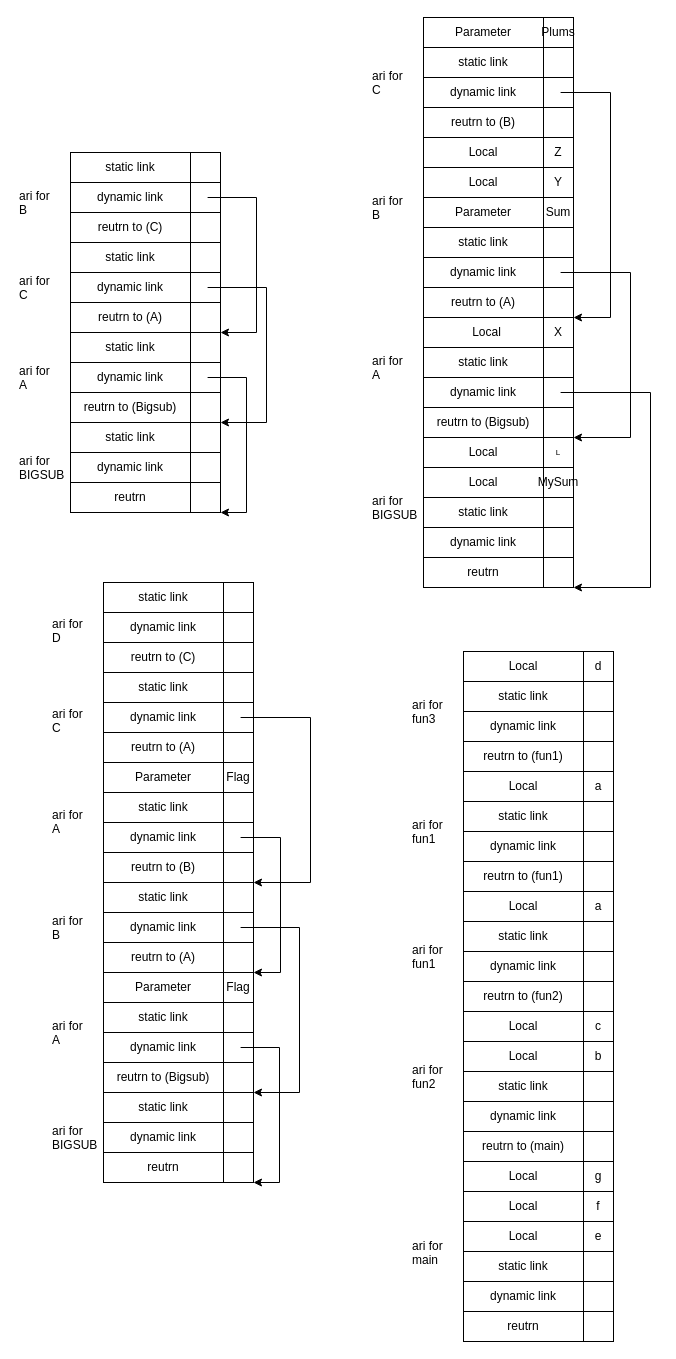
The draw.io diagram stack.drawio in HansenWang983/A-Social-Media-Web-App-with-Microservices, before the edit. Source tidied: cells renumbered, new cells numbered last; positions are measured from the earlier drawing's top-left corner, leaving out a move shared by most shapes. Both pictures are drawn from the tidied source at 100%, with x=0, y=0 at pixel (17, 17).
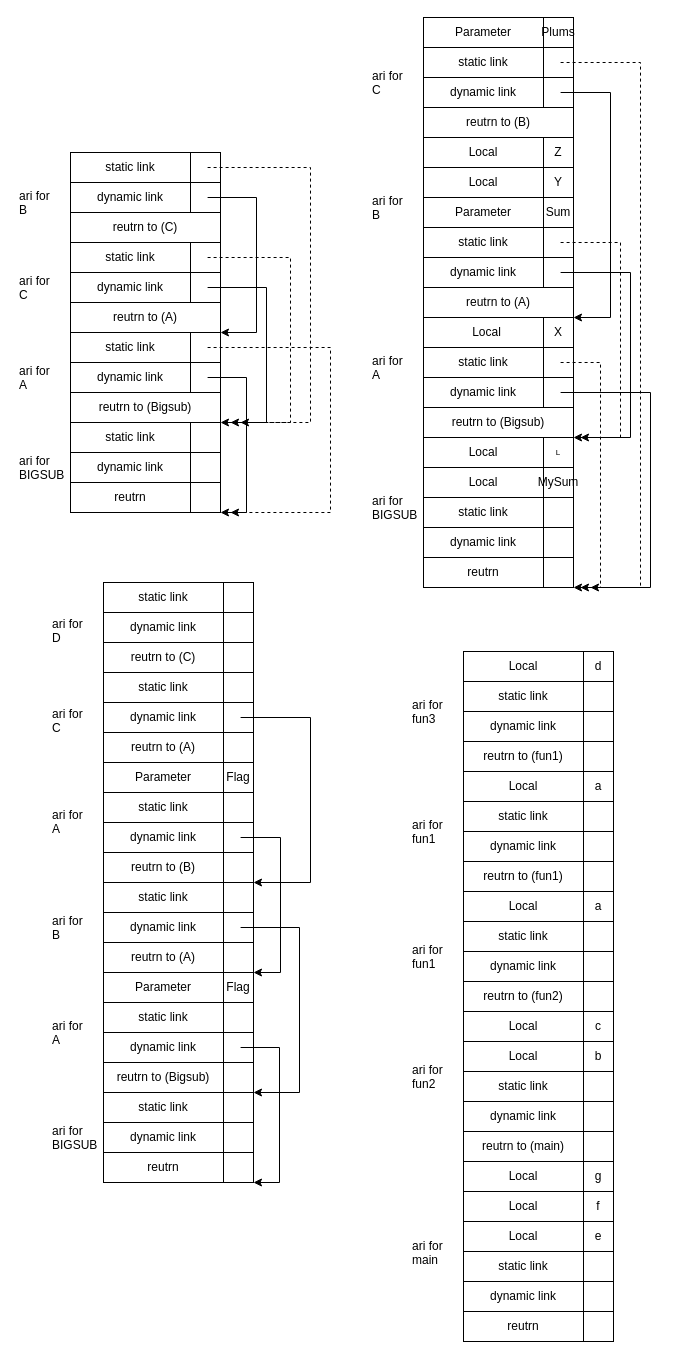
Above is the later version.

The change refers to these unchanged cells:
```xml
<mxCell id="8" style="rounded=0;whiteSpace=wrap;html=1;points=[[0,0,0,0,0],[0,0.23,0,0,0],[0,0.5,0,0,0],[0,0.77,0,0,0],[0,1,0,0,0],[0.27,0,0,0,0],[0.27,1,0,0,0],[0.5,0,0,0,0],[0.5,1,0,0,0],[0.57,0.5,0,0,0],[0.77,0,0,0,0],[0.77,1,0,0,0],[1,0,0,0,0],[1,0.27,0,0,0],[1,0.77,0,0,0],[1,1,0,0,0]];" parent="1" vertex="1">
  <mxGeometry x="173" y="255" width="30" height="30" as="geometry" />
</mxCell>
<mxCell id="15" style="rounded=0;whiteSpace=wrap;html=1;points=[[0,0,0,0,0],[0,0.23,0,0,0],[0,0.5,0,0,0],[0,0.77,0,0,0],[0,1,0,0,0],[0.27,0,0,0,0],[0.27,1,0,0,0],[0.5,0,0,0,0],[0.5,1,0,0,0],[0.57,0.5,0,0,0],[0.77,0,0,0,0],[0.77,1,0,0,0],[1,0,0,0,0],[1,0.27,0,0,0],[1,0.77,0,0,0],[1,1,0,0,0]];" parent="1" vertex="1">
  <mxGeometry x="173" y="315" width="30" height="30" as="geometry" />
</mxCell>
<mxCell id="22" style="rounded=0;whiteSpace=wrap;html=1;points=[[0,0,0,0,0],[0,0.23,0,0,0],[0,0.5,0,0,0],[0,0.77,0,0,0],[0,1,0,0,0],[0.27,0,0,0,0],[0.27,1,0,0,0],[0.5,0,0,0,0],[0.5,1,0,0,0],[0.57,0.5,0,0,0],[0.77,0,0,0,0],[0.77,1,0,0,0],[1,0,0,0,0],[1,0.27,0,0,0],[1,0.77,0,0,0],[1,1,0,0,0]];" parent="1" vertex="1">
  <mxGeometry x="173" y="225" width="30" height="30" as="geometry" />
</mxCell>
<mxCell id="29" style="rounded=0;whiteSpace=wrap;html=1;points=[[0,0,0,0,0],[0,0.23,0,0,0],[0,0.5,0,0,0],[0,0.77,0,0,0],[0,1,0,0,0],[0.27,0,0,0,0],[0.27,1,0,0,0],[0.5,0,0,0,0],[0.5,1,0,0,0],[0.57,0.5,0,0,0],[0.77,0,0,0,0],[0.77,1,0,0,0],[1,0,0,0,0],[1,0.27,0,0,0],[1,0.77,0,0,0],[1,1,0,0,0]];" parent="1" vertex="1">
  <mxGeometry x="173" y="135" width="30" height="30" as="geometry" />
</mxCell>
<mxCell id="45" style="rounded=0;whiteSpace=wrap;html=1;points=[[0,0,0,0,0],[0,0.23,0,0,0],[0,0.5,0,0,0],[0,0.77,0,0,0],[0,1,0,0,0],[0.27,0,0,0,0],[0.27,1,0,0,0],[0.5,0,0,0,0],[0.5,1,0,0,0],[0.57,0.5,0,0,0],[0.77,0,0,0,0],[0.77,1,0,0,0],[1,0,0,0,0],[1,0.27,0,0,0],[1,0.77,0,0,0],[1,1,0,0,0]];" parent="1" vertex="1">
  <mxGeometry x="526" y="330" width="30" height="30" as="geometry" />
</mxCell>
<mxCell id="51" style="rounded=0;whiteSpace=wrap;html=1;points=[[0,0,0,0,0],[0,0.23,0,0,0],[0,0.5,0,0,0],[0,0.77,0,0,0],[0,1,0,0,0],[0.27,0,0,0,0],[0.27,1,0,0,0],[0.5,0,0,0,0],[0.5,1,0,0,0],[0.57,0.5,0,0,0],[0.77,0,0,0,0],[0.77,1,0,0,0],[1,0,0,0,0],[1,0.27,0,0,0],[1,0.77,0,0,0],[1,1,0,0,0]];" parent="1" vertex="1">
  <mxGeometry x="526" y="210" width="30" height="30" as="geometry" />
</mxCell>
<mxCell id="56" style="rounded=0;whiteSpace=wrap;html=1;points=[[0,0,0,0,0],[0,0.23,0,0,0],[0,0.5,0,0,0],[0,0.77,0,0,0],[0,1,0,0,0],[0.27,0,0,0,0],[0.27,1,0,0,0],[0.5,0,0,0,0],[0.5,1,0,0,0],[0.57,0.5,0,0,0],[0.77,0,0,0,0],[0.77,1,0,0,0],[1,0,0,0,0],[1,0.27,0,0,0],[1,0.77,0,0,0],[1,1,0,0,0]];" parent="1" vertex="1">
  <mxGeometry x="526" y="60" width="30" height="30" as="geometry" />
</mxCell>
<mxCell id="57" style="rounded=0;whiteSpace=wrap;html=1;points=[[0,0,0,0,0],[0,0.23,0,0,0],[0,0.5,0,0,0],[0,0.77,0,0,0],[0,1,0,0,0],[0.27,0,0,0,0],[0.27,1,0,0,0],[0.5,0,0,0,0],[0.5,1,0,0,0],[0.57,0.5,0,0,0],[0.77,0,0,0,0],[0.77,1,0,0,0],[1,0,0,0,0],[1,0.27,0,0,0],[1,0.77,0,0,0],[1,1,0,0,0]];" parent="1" vertex="1">
  <mxGeometry x="526" y="30" width="30" height="30" as="geometry" />
</mxCell>
```

What changed in the source:
```diff
@@
     <mxCell id="13" value="reutrn to (Bigsub)" style="rounded=0;whiteSpace=wrap;html=1;" parent="1" vertex="1">
-      <mxGeometry x="53" y="375" width="120" height="30" as="geometry" />
+      <mxGeometry x="53" y="375" width="150" height="30" as="geometry" />
     </mxCell>
@@
-    <mxCell id="17" style="rounded=0;whiteSpace=wrap;html=1;points=[[0,0,0,0,0],[0,0.23,0,0,0],[0,0.5,0,0,0],[0,0.77,0,0,0],[0,1,0,0,0],[0.27,0,0,0,0],[0.27,1,0,0,0],[0.5,0,0,0,0],[0.5,1,0,0,0],[0.57,0.5,0,0,0],[0.77,0,0,0,0],[0.77,1,0,0,0],[1,0,0,0,0],[1,0.27,0,0,0],[1,0.77,0,0,0],[1,1,0,0,0]];fontStyle=1;" parent="1" vertex="1">
-      <mxGeometry x="173" y="375" width="30" height="30" as="geometry" />
-    </mxCell>
@@
     <mxCell id="20" value="reutrn to (A)" style="rounded=0;whiteSpace=wrap;html=1;" parent="1" vertex="1">
-      <mxGeometry x="53" y="285" width="120" height="30" as="geometry" />
+      <mxGeometry x="53" y="285" width="150" height="30" as="geometry" />
     </mxCell>
@@
-    <mxCell id="23" style="edgeStyle=orthogonalEdgeStyle;rounded=0;jettySize=auto;html=1;exitX=0.57;exitY=0.5;exitDx=0;exitDy=0;exitPerimeter=0;entryX=1;entryY=1;entryDx=0;entryDy=0;entryPerimeter=0;" parent="1" edge="1" source="8" target="17">
+    <mxCell id="23" style="edgeStyle=orthogonalEdgeStyle;rounded=0;jettySize=auto;html=1;exitX=0.57;exitY=0.5;exitDx=0;exitDy=0;exitPerimeter=0;entryX=1;entryY=1;entryDx=0;entryDy=0;entryPerimeter=0;" parent="1" edge="1" source="8">
       <mxGeometry relative="1" as="geometry">
+        <mxPoint x="203" y="405" as="targetPoint" />
         <Array as="points">
           <mxPoint x="249" y="270" />
           <mxPoint x="249" y="405" />
         </Array>
       </mxGeometry>
     </mxCell>
-    <mxCell id="24" style="rounded=0;whiteSpace=wrap;html=1;fontStyle=1;" parent="1" vertex="1">
-      <mxGeometry x="173" y="285" width="30" height="30" as="geometry" />
-    </mxCell>
@@
     <mxCell id="27" value="reutrn to (C)" style="rounded=0;whiteSpace=wrap;html=1;" parent="1" vertex="1">
-      <mxGeometry x="53" y="195" width="120" height="30" as="geometry" />
+      <mxGeometry x="53" y="195" width="150" height="30" as="geometry" />
     </mxCell>
@@
-    <mxCell id="30" style="rounded=0;whiteSpace=wrap;html=1;fontStyle=1;" parent="1" vertex="1">
-      <mxGeometry x="173" y="195" width="30" height="30" as="geometry" />
-    </mxCell>
@@
     <mxCell id="43" value="reutrn to (Bigsub)" style="rounded=0;whiteSpace=wrap;html=1;" parent="1" vertex="1">
-      <mxGeometry x="406" y="390" width="120" height="30" as="geometry" />
+      <mxGeometry x="406" y="390" width="150" height="30" as="geometry" />
     </mxCell>
@@
-    <mxCell id="46" style="rounded=0;whiteSpace=wrap;html=1;fontStyle=1;" parent="1" vertex="1">
-      <mxGeometry x="526" y="390" width="30" height="30" as="geometry" />
-    </mxCell>
@@
     <mxCell id="49" value="reutrn to (A)" style="rounded=0;whiteSpace=wrap;html=1;" parent="1" vertex="1">
-      <mxGeometry x="406" y="270" width="120" height="30" as="geometry" />
+      <mxGeometry x="406" y="270" width="150" height="30" as="geometry" />
     </mxCell>
@@
-    <mxCell id="52" style="rounded=0;whiteSpace=wrap;html=1;points=[[0,0,0,0,0],[0,0.23,0,0,0],[0,0.5,0,0,0],[0,0.77,0,0,0],[0,1,0,0,0],[0.27,0,0,0,0],[0.27,1,0,0,0],[0.5,0,0,0,0],[0.5,1,0,0,0],[0.57,0.5,0,0,0],[0.77,0,0,0,0],[0.77,1,0,0,0],[1,0,0,0,0],[1,0.27,0,0,0],[1,0.77,0,0,0],[1,1,0,0,0]];fontStyle=1;" parent="1" vertex="1">
-      <mxGeometry x="526" y="270" width="30" height="30" as="geometry" />
-    </mxCell>
@@
     <mxCell id="55" value="reutrn to (B)" style="rounded=0;whiteSpace=wrap;html=1;" parent="1" vertex="1">
-      <mxGeometry x="406" y="90" width="120" height="30" as="geometry" />
+      <mxGeometry x="406" y="90" width="150" height="30" as="geometry" />
     </mxCell>
@@
-    <mxCell id="58" style="rounded=0;whiteSpace=wrap;html=1;fontStyle=1;" parent="1" vertex="1">
-      <mxGeometry x="526" y="90" width="30" height="30" as="geometry" />
-    </mxCell>
@@
-    <mxCell id="81" style="edgeStyle=orthogonalEdgeStyle;rounded=0;jettySize=auto;html=1;exitX=0.57;exitY=0.5;exitDx=0;exitDy=0;exitPerimeter=0;entryX=1;entryY=1;entryDx=0;entryDy=0;entryPerimeter=0;fontSize=8;" parent="1" edge="1" source="56" target="52">
+    <mxCell id="81" style="edgeStyle=orthogonalEdgeStyle;rounded=0;jettySize=auto;html=1;exitX=0.57;exitY=0.5;exitDx=0;exitDy=0;exitPerimeter=0;entryX=1;entryY=1;entryDx=0;entryDy=0;entryPerimeter=0;fontSize=8;" parent="1" edge="1" source="56">
       <mxGeometry relative="1" as="geometry">
+        <mxPoint x="556" y="300" as="targetPoint" />
         <Array as="points">
           <mxPoint x="593" y="75" />
           <mxPoint x="593" y="300" />
         </Array>
       </mxGeometry>
     </mxCell>
@@
+    <mxCell id="194" style="edgeStyle=orthogonalEdgeStyle;rounded=0;jettySize=auto;html=1;exitX=0.57;exitY=0.5;exitDx=0;exitDy=0;exitPerimeter=0;fontSize=8;dashed=1;" parent="1" edge="1" source="22">
+      <mxGeometry relative="1" as="geometry">
+        <mxPoint x="213" y="405" as="targetPoint" />
+        <Array as="points">
+          <mxPoint x="273" y="240" />
+          <mxPoint x="273" y="405" />
+        </Array>
+      </mxGeometry>
+    </mxCell>
+    <mxCell id="195" style="edgeStyle=orthogonalEdgeStyle;rounded=0;jettySize=auto;html=1;exitX=0.57;exitY=0.5;exitDx=0;exitDy=0;exitPerimeter=0;dashed=1;fontSize=8;" parent="1" edge="1" source="29">
+      <mxGeometry relative="1" as="geometry">
+        <mxPoint x="223" y="405" as="targetPoint" />
+        <Array as="points">
+          <mxPoint x="293" y="150" />
+          <mxPoint x="293" y="405" />
+        </Array>
+      </mxGeometry>
+    </mxCell>
+    <mxCell id="196" style="edgeStyle=orthogonalEdgeStyle;rounded=0;jettySize=auto;html=1;exitX=0.57;exitY=0.5;exitDx=0;exitDy=0;exitPerimeter=0;dashed=1;fontSize=8;" parent="1" edge="1" source="15">
+      <mxGeometry relative="1" as="geometry">
+        <mxPoint x="213" y="495" as="targetPoint" />
+        <Array as="points">
+          <mxPoint x="313" y="330" />
+          <mxPoint x="313" y="495" />
+        </Array>
+      </mxGeometry>
+    </mxCell>
+    <mxCell id="197" style="edgeStyle=orthogonalEdgeStyle;rounded=0;jettySize=auto;html=1;exitX=0.57;exitY=0.5;exitDx=0;exitDy=0;exitPerimeter=0;dashed=1;fontSize=8;" parent="1" edge="1" source="45">
+      <mxGeometry relative="1" as="geometry">
+        <mxPoint x="563" y="570" as="targetPoint" />
+        <Array as="points">
+          <mxPoint x="583" y="345" />
+          <mxPoint x="583" y="570" />
+        </Array>
+      </mxGeometry>
+    </mxCell>
+    <mxCell id="198" style="edgeStyle=orthogonalEdgeStyle;rounded=0;jettySize=auto;html=1;exitX=0.57;exitY=0.5;exitDx=0;exitDy=0;exitPerimeter=0;dashed=1;fontSize=8;" parent="1" edge="1" source="51">
+      <mxGeometry relative="1" as="geometry">
+        <mxPoint x="563" y="420" as="targetPoint" />
+        <Array as="points">
+          <mxPoint x="603" y="225" />
+          <mxPoint x="603" y="420" />
+        </Array>
+      </mxGeometry>
+    </mxCell>
+    <mxCell id="199" style="edgeStyle=orthogonalEdgeStyle;rounded=0;jettySize=auto;html=1;exitX=0.57;exitY=0.5;exitDx=0;exitDy=0;exitPerimeter=0;dashed=1;fontSize=8;" parent="1" edge="1" source="57">
+      <mxGeometry relative="1" as="geometry">
+        <mxPoint x="573" y="570" as="targetPoint" />
+        <Array as="points">
+          <mxPoint x="623" y="45" />
+          <mxPoint x="623" y="570" />
+        </Array>
+      </mxGeometry>
+    </mxCell>
```
